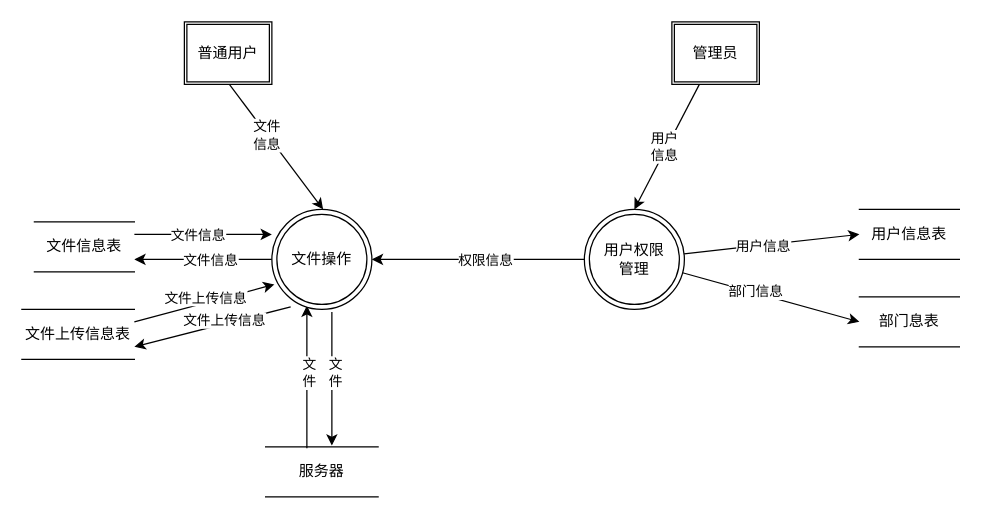
Before: yewuliuchengtu2.0.drawio in ppp-203/ppp-203, a draw.io diagram. Source tidied: cells renumbered, new cells numbered last; positions are measured from the earlier drawing's top-left corner, leaving out a move shared by most shapes. Both pictures are drawn from the tidied source at 125%, with x=0, y=0 at pixel (21, 21).
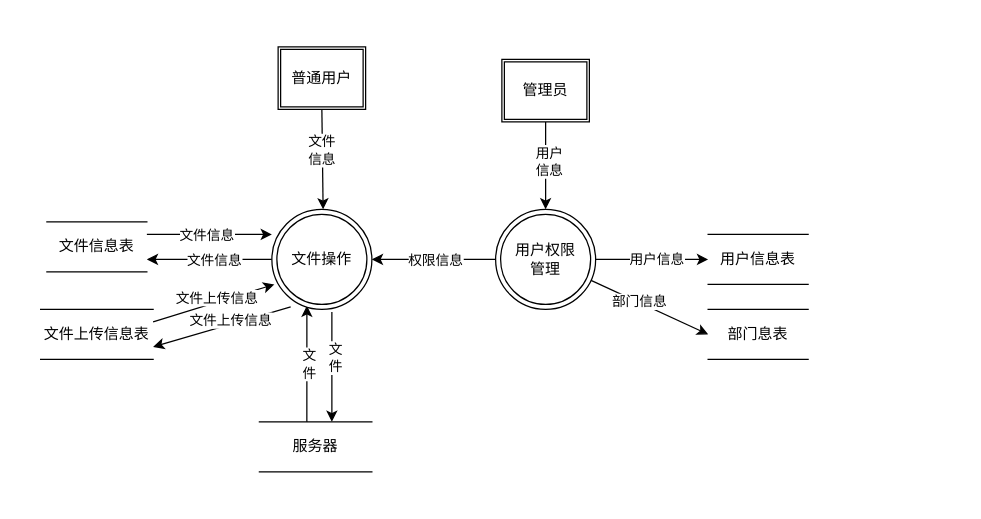
The same diagram, later.

The change refers to these unchanged cells:
```xml
<mxCell id="11" value="文件操作" style="ellipse;shape=doubleEllipse;whiteSpace=wrap;html=1;" parent="1" vertex="1">
  <mxGeometry x="200" y="150" width="80" height="80" as="geometry" />
</mxCell>
<mxCell id="22" style="edgeStyle=none;rounded=0;jettySize=auto;html=1;" parent="1" edge="1" source="24" target="11">
  <mxGeometry relative="1" as="geometry" />
</mxCell>
```

The edit, as a diff of the source:
```diff
@@
-    <mxCell id="2" style="edgeStyle=none;rounded=0;jettySize=auto;html=1;entryX=0.35;entryY=0.963;entryDx=0;entryDy=0;entryPerimeter=0;" parent="1" edge="1" target="11">
+    <mxCell id="2" style="edgeStyle=none;rounded=0;jettySize=auto;html=1;entryX=0.35;entryY=0.963;entryDx=0;entryDy=0;entryPerimeter=0;exitX=0.422;exitY=0;exitDx=0;exitDy=0;exitPerimeter=0;" parent="1" edge="1" source="4" target="11">
       <mxGeometry relative="1" as="geometry">
-        <mxPoint x="228" y="341" as="sourcePoint" />
         <Array as="points">
           <mxPoint x="228" y="280" />
         </Array>
       </mxGeometry>
     </mxCell>
@@
     <mxCell id="4" value="服务器" style="shape=partialRectangle;whiteSpace=wrap;html=1;left=0;right=0;fillColor=none;" parent="1" vertex="1">
-      <mxGeometry x="195" y="340" width="90" height="40" as="geometry" />
+      <mxGeometry x="190" y="320" width="90" height="40" as="geometry" />
     </mxCell>
-    <mxCell id="5" style="edgeStyle=none;rounded=0;orthogonalLoop=1;jettySize=auto;html=1;exitX=0.588;exitY=1.025;exitDx=0;exitDy=0;exitPerimeter=0;entryX=0.578;entryY=-0.025;entryDx=0;entryDy=0;entryPerimeter=0;" parent="1" edge="1">
+    <mxCell id="5" style="edgeStyle=none;rounded=0;orthogonalLoop=1;jettySize=auto;html=1;exitX=0.588;exitY=1.025;exitDx=0;exitDy=0;exitPerimeter=0;" parent="1" edge="1">
       <mxGeometry relative="1" as="geometry">
         <mxPoint x="248" y="232" as="sourcePoint" />
-        <mxPoint x="248" y="339" as="targetPoint" />
+        <mxPoint x="248" y="320" as="targetPoint" />
       </mxGeometry>
     </mxCell>
@@
     <mxCell id="14" value="管理员" style="shape=ext;double=1;rounded=0;whiteSpace=wrap;html=1;" parent="1" vertex="1">
-      <mxGeometry x="520" width="70" height="50" as="geometry" />
+      <mxGeometry x="384" y="30" width="70" height="50" as="geometry" />
     </mxCell>
-    <mxCell id="15" style="edgeStyle=none;rounded=0;orthogonalLoop=1;jettySize=auto;html=1;entryX=0.5;entryY=0;entryDx=0;entryDy=0;exitX=0.5;exitY=1;exitDx=0;exitDy=0;" parent="1" edge="1">
+    <mxCell id="15" style="edgeStyle=none;rounded=0;jettySize=auto;html=1;entryX=0.5;entryY=0;entryDx=0;entryDy=0;exitX=0.5;exitY=1;exitDx=0;exitDy=0;" parent="1" edge="1" source="17">
       <mxGeometry relative="1" as="geometry">
-        <mxPoint x="166" y="50" as="sourcePoint" />
         <mxPoint x="241" y="150" as="targetPoint" />
       </mxGeometry>
     </mxCell>
@@
     <mxCell id="17" value="普通用户" style="shape=ext;double=1;rounded=0;whiteSpace=wrap;html=1;" parent="1" vertex="1">
-      <mxGeometry x="130" width="70" height="50" as="geometry" />
+      <mxGeometry x="205" y="20" width="70" height="50" as="geometry" />
     </mxCell>
@@
     <mxCell id="23" value="权限信息" style="edgeLabel;html=1;align=center;verticalAlign=middle;" parent="22" vertex="1">
       <mxGeometry x="0.25" y="-1" relative="1" as="geometry">
-        <mxPoint x="26" y="1" as="offset" />
+        <mxPoint x="13" y="1" as="offset" />
       </mxGeometry>
     </mxCell>
     <mxCell id="24" value="用户权限&lt;br&gt;管理" style="ellipse;shape=doubleEllipse;whiteSpace=wrap;html=1;" parent="1" vertex="1">
-      <mxGeometry x="450" y="150" width="80" height="80" as="geometry" />
+      <mxGeometry x="379" y="150" width="80" height="80" as="geometry" />
     </mxCell>
     <mxCell id="25" value="用户信息表" style="shape=partialRectangle;whiteSpace=wrap;html=1;left=0;right=0;fillColor=none;" parent="1" vertex="1">
-      <mxGeometry x="670" y="150" width="80" height="40" as="geometry" />
+      <mxGeometry x="549" y="170" width="80" height="40" as="geometry" />
     </mxCell>
     <mxCell id="26" value="部门息表" style="shape=partialRectangle;whiteSpace=wrap;html=1;left=0;right=0;fillColor=none;" parent="1" vertex="1">
-      <mxGeometry x="670" y="220" width="80" height="40" as="geometry" />
+      <mxGeometry x="549" y="230" width="80" height="40" as="geometry" />
     </mxCell>
@@
     <mxCell id="29" value="文件信息表" style="shape=partialRectangle;whiteSpace=wrap;html=1;left=0;right=0;fillColor=none;" parent="1" vertex="1">
-      <mxGeometry x="10" y="160" width="80" height="40" as="geometry" />
+      <mxGeometry x="20" y="160" width="80" height="40" as="geometry" />
     </mxCell>
@@
     <mxCell id="32" value="文件上传信息表" style="shape=partialRectangle;whiteSpace=wrap;html=1;left=0;right=0;fillColor=none;" parent="1" vertex="1">
-      <mxGeometry y="230" width="90" height="40" as="geometry" />
+      <mxGeometry x="15" y="230" width="90" height="40" as="geometry" />
     </mxCell>
```
